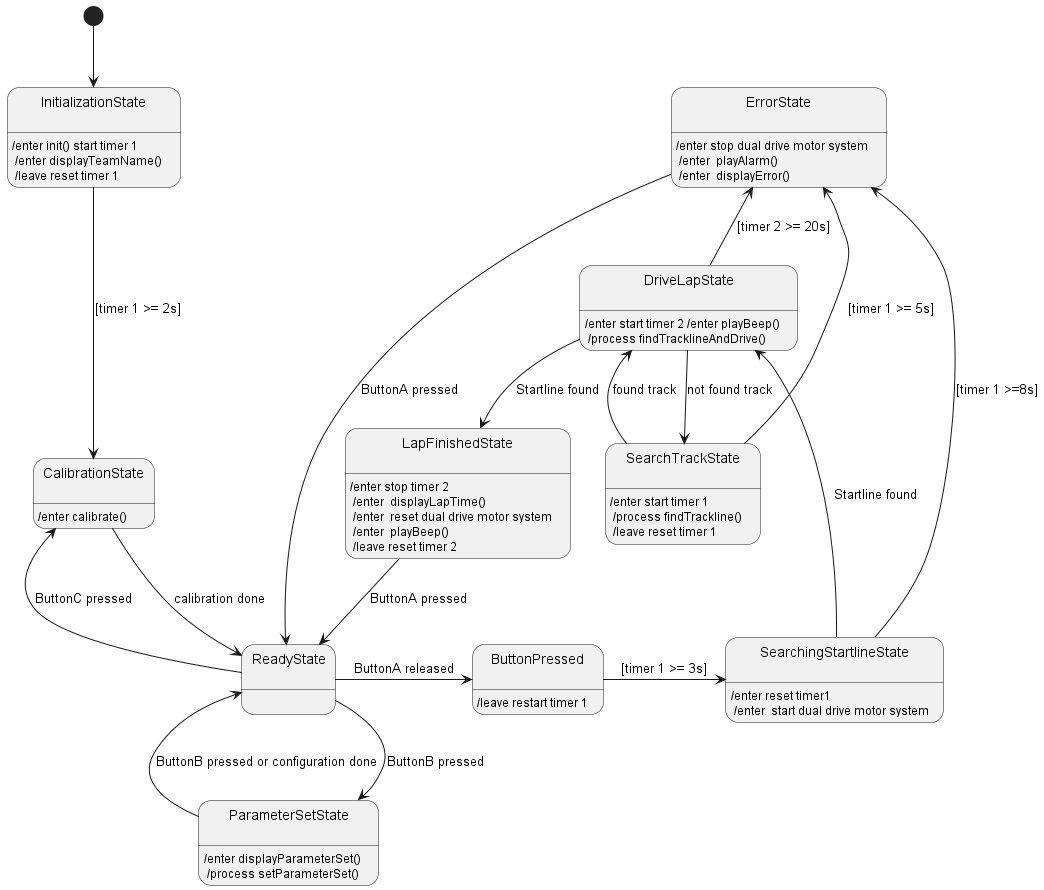
Jordan5652/Line-Follower-Software-for-Pololu-Zumo32U4 keeps this PlantUML diagram as Task 2/State Diagram/State Diagram/Statediagram/Statediagram.png. Above is the earlier version. Its diagram source:
```plantuml
@startuml
[*] --> State1

state State1 as "InitializationState\n": /enter init() start timer 1 \n /enter displayTeamName() \n /leave reset timer 1
state State2 as "ReadyState\n":
state State3 as "CalibrationState\n": /enter calibrate()
state State4 as "ParameterSetState\n": /enter displayParameterSet() \n /process setParameterSet()
state State5 as "SearchingStartlineState\n": /enter reset timer1 \n /enter  start dual drive motor system
state State6 as "DriveLapState\n": /enter start timer 2 /enter playBeep() \n /process findTracklineAndDrive()
state State7 as "LapFinishedState\n": /enter stop timer 2 \n /enter  displayLapTime() \n /enter  reset dual drive motor system \n /enter  playBeep() \n /leave reset timer 2
state State8 as "SearchTrackState\n": /enter start timer 1 \n /process findTrackline() \n /leave reset timer 1
state State9 as "ErrorState\n": /enter stop dual drive motor system \n /enter  playAlarm() \n /enter  displayError()
state State10 as "ButtonPressed\n": /leave restart timer 1


State1 -down--> State3 : [timer 1 >= 2s]
State2 -up-> State3 : ButtonC pressed
State2 -down-> State4 : ButtonB pressed
State2 -right-> State10 : ButtonA released
State10 -right-> State5 : [timer 1 >= 3s]
State2 <-down- State3 : calibration done
State2 <-left- State4 : ButtonB pressed or configuration done

State5 -right-> State6 : Startline found
State6 -down-> State8 : not found track
State8 -up-> State6 : found track
State6 -down-> State7 : Startline found
State6 -up-> State9 : [timer 2 >= 20s]
State7 -down-> State2 : ButtonA pressed
State8 -up-> State9 : [timer 1 >= 5s]
State5 --> State9 : [timer 1 >=8s]
State9 -down-> State2 : ButtonA pressed
@enduml
```
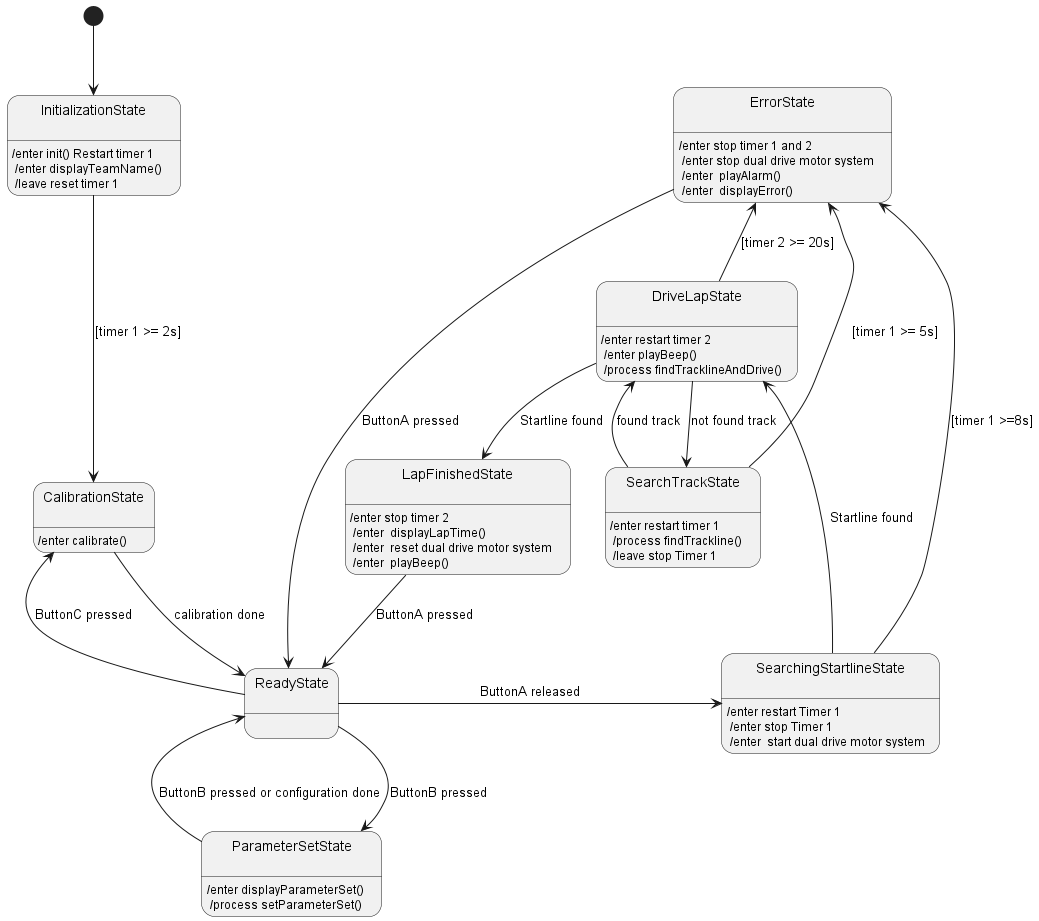
After the change.

Commit message:
Updates to class and state diagram

The edit, as a diff of the source:
```diff
@@ -1,23 +1,22 @@
 @startuml
 [*] --> State1
 
-state State1 as "InitializationState\n": /enter init() start timer 1 \n /enter displayTeamName() \n /leave reset timer 1
+state State1 as "InitializationState\n": /enter init() Restart timer 1 \n /enter displayTeamName() \n /leave reset timer 1
 state State2 as "ReadyState\n":
 state State3 as "CalibrationState\n": /enter calibrate()
 state State4 as "ParameterSetState\n": /enter displayParameterSet() \n /process setParameterSet()
-state State5 as "SearchingStartlineState\n": /enter reset timer1 \n /enter  start dual drive motor system
-state State6 as "DriveLapState\n": /enter start timer 2 /enter playBeep() \n /process findTracklineAndDrive()
-state State7 as "LapFinishedState\n": /enter stop timer 2 \n /enter  displayLapTime() \n /enter  reset dual drive motor system \n /enter  playBeep() \n /leave reset timer 2
-state State8 as "SearchTrackState\n": /enter start timer 1 \n /process findTrackline() \n /leave reset timer 1
-state State9 as "ErrorState\n": /enter stop dual drive motor system \n /enter  playAlarm() \n /enter  displayError()
-state State10 as "ButtonPressed\n": /leave restart timer 1
+state State5 as "SearchingStartlineState\n": /enter restart Timer 1 \n /enter stop Timer 1 \n /enter  start dual drive motor system
+state State6 as "DriveLapState\n": /enter restart timer 2 \n /enter playBeep() \n /process findTracklineAndDrive()
+state State7 as "LapFinishedState\n": /enter stop timer 2 \n /enter  displayLapTime() \n /enter  reset dual drive motor system \n /enter  playBeep()
+state State8 as "SearchTrackState\n": /enter restart timer 1 \n /process findTrackline() \n /leave stop Timer 1
+state State9 as "ErrorState\n": /enter stop timer 1 and 2 \n /enter stop dual drive motor system \n /enter  playAlarm() \n /enter  displayError()
+
 
 
 State1 -down--> State3 : [timer 1 >= 2s]
 State2 -up-> State3 : ButtonC pressed
 State2 -down-> State4 : ButtonB pressed
-State2 -right-> State10 : ButtonA released
-State10 -right-> State5 : [timer 1 >= 3s]
+State2 -right-> State5 : ButtonA released
 State2 <-down- State3 : calibration done
 State2 <-left- State4 : ButtonB pressed or configuration done
 
```
